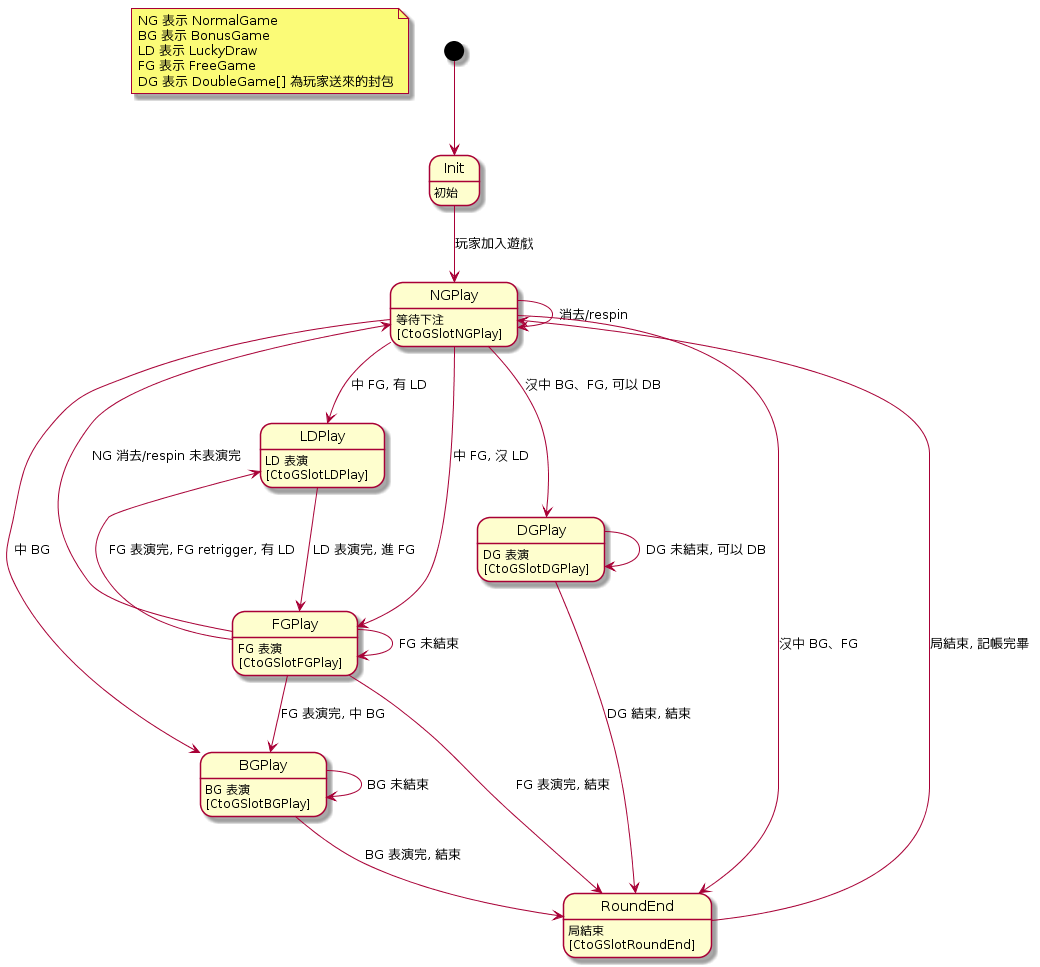
Earlier version of the PlantUML export slot/RoomState.png (s9256001/digame). Source of this version:
```plantuml
@startuml
note "NG 表示 NormalGame\nBG 表示 BonusGame\nLD 表示 LuckyDraw\nFG 表示 FreeGame\nDG 表示 DoubleGame[] 為玩家送來的封包" as N1

Init : 初始
NGPlay : 等待下注\n[CtoGSlotNGPlay]
BGPlay : BG 表演\n[CtoGSlotBGPlay]
LDPlay : LD 表演\n[CtoGSlotLDPlay]
FGPlay : FG 表演\n[CtoGSlotFGPlay]
DGPlay : DG 表演\n[CtoGSlotDGPlay]
RoundEnd : 局結束\n[CtoGSlotRoundEnd]

[*] --> Init
Init --> NGPlay : 玩家加入遊戲
NGPlay --> NGPlay : 消去/respin
NGPlay --> DGPlay : 沒中 BG、FG, 可以 DB
NGPlay --> RoundEnd : 沒中 BG、FG
NGPlay --> BGPlay : 中 BG
NGPlay --> LDPlay : 中 FG, 有 LD
NGPlay --> FGPlay : 中 FG, 沒 LD
FGPlay --> NGPlay : NG 消去/respin 未表演完

BGPlay --> BGPlay : BG 未結束
BGPlay --> RoundEnd : BG 表演完, 結束

LDPlay --> FGPlay : LD 表演完, 進 FG

FGPlay --> FGPlay : FG 未結束
FGPlay --> LDPlay : FG 表演完, FG retrigger, 有 LD
FGPlay --> BGPlay : FG 表演完, 中 BG
FGPlay --> RoundEnd : FG 表演完, 結束

DGPlay --> DGPlay : DG 未結束, 可以 DB
DGPlay --> RoundEnd : DG 結束, 結束

RoundEnd --> NGPlay : 局結束, 記帳完畢
@enduml
```
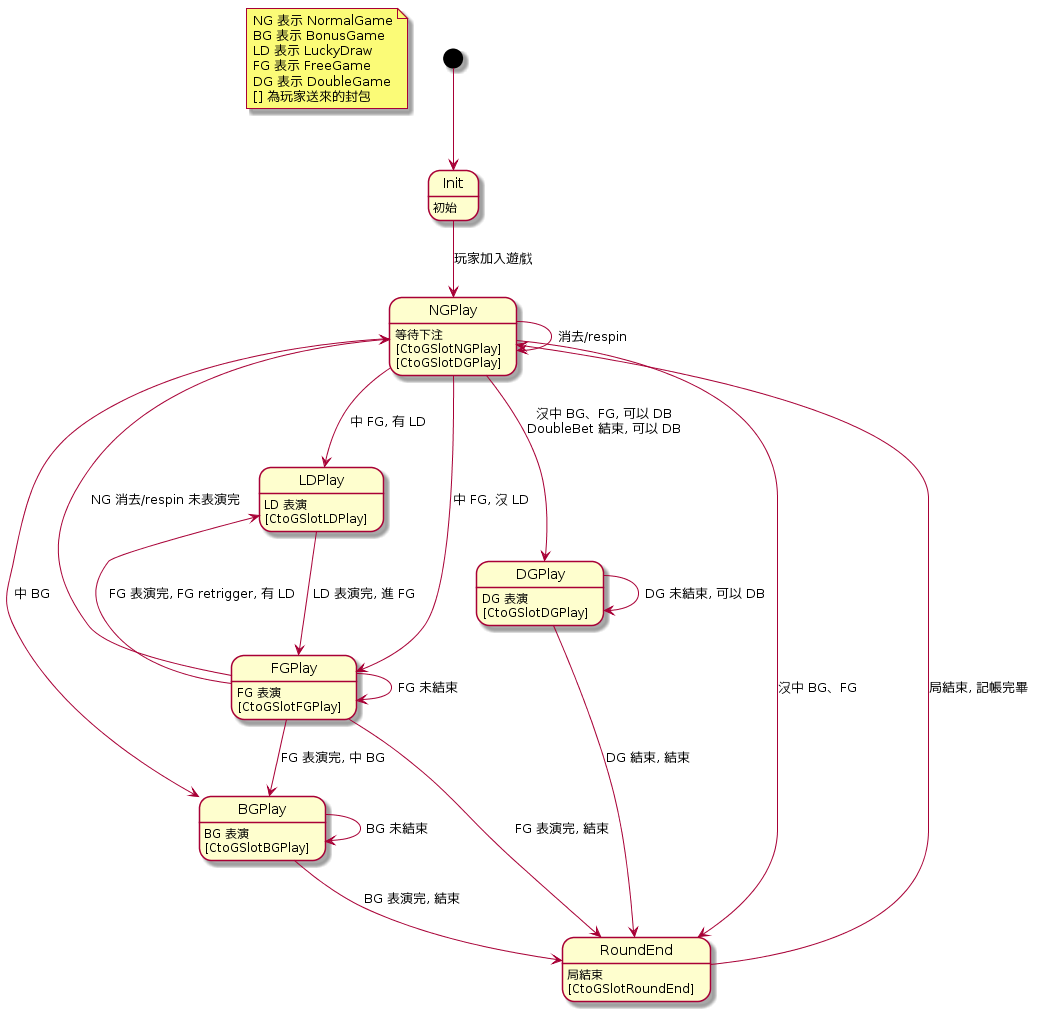
The same diagram one commit later.

The edit, as a diff of the source:
```diff
@@ -1,8 +1,8 @@
 @startuml
-note "NG 表示 NormalGame\nBG 表示 BonusGame\nLD 表示 LuckyDraw\nFG 表示 FreeGame\nDG 表示 DoubleGame[] 為玩家送來的封包" as N1
+note "NG 表示 NormalGame\nBG 表示 BonusGame\nLD 表示 LuckyDraw\nFG 表示 FreeGame\nDG 表示 DoubleGame\n[] 為玩家送來的封包" as N1
 
 Init : 初始
-NGPlay : 等待下注\n[CtoGSlotNGPlay]
+NGPlay : 等待下注\n[CtoGSlotNGPlay]\n[CtoGSlotDGPlay]
 BGPlay : BG 表演\n[CtoGSlotBGPlay]
 LDPlay : LD 表演\n[CtoGSlotLDPlay]
 FGPlay : FG 表演\n[CtoGSlotFGPlay]
@@ -12,7 +12,7 @@
 [*] --> Init
 Init --> NGPlay : 玩家加入遊戲
 NGPlay --> NGPlay : 消去/respin
-NGPlay --> DGPlay : 沒中 BG、FG, 可以 DB
+NGPlay --> DGPlay : 沒中 BG、FG, 可以 DB\nDoubleBet 結束, 可以 DB
 NGPlay --> RoundEnd : 沒中 BG、FG
 NGPlay --> BGPlay : 中 BG
 NGPlay --> LDPlay : 中 FG, 有 LD
```
